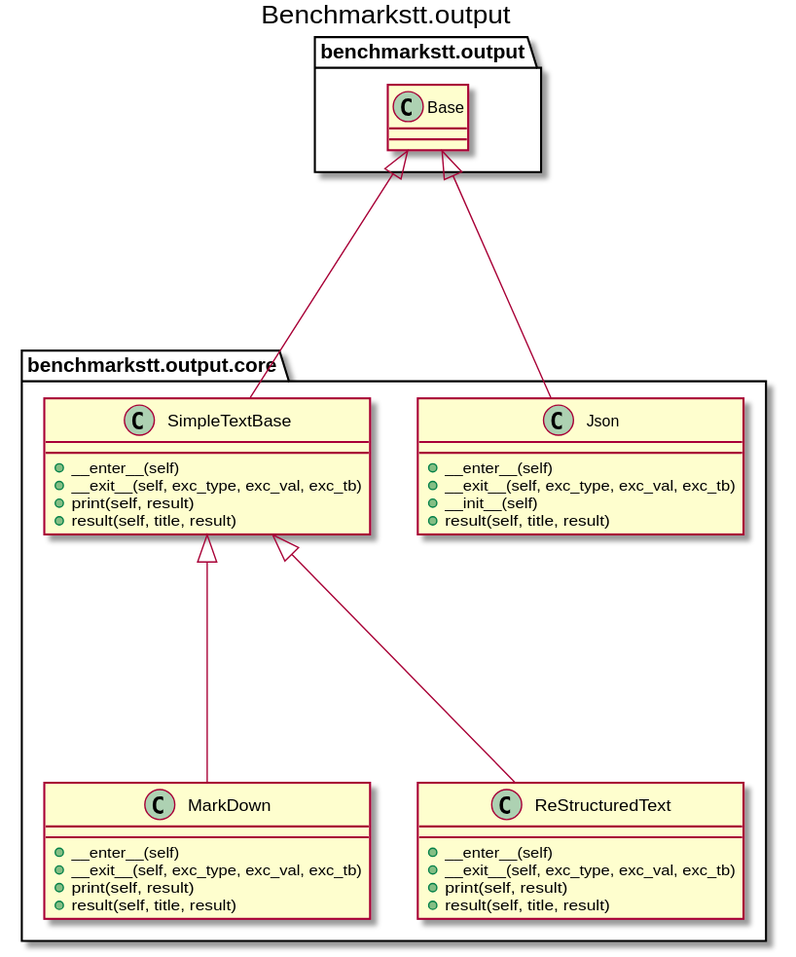
Before: docs/_static/uml/benchmarkstt.output.svg, a diagram exported from PlantUML (ebu/benchmarkstt). Source of this version:
```plantuml
@startuml
title Benchmarkstt.output
		class benchmarkstt.output.core.Json [[https://benchmarkstt.readthedocs.io/en/latest/modules/benchmarkstt.output.core.html#benchmarkstt.output.core.Json]] {
			+__enter__(self)
			+__exit__(self, exc_type, exc_val, exc_tb)
			+__init__(self)
			+result(self, title, result)
		}
		class benchmarkstt.output.core.MarkDown [[https://benchmarkstt.readthedocs.io/en/latest/modules/benchmarkstt.output.core.html#benchmarkstt.output.core.MarkDown]] {
			+__enter__(self)
			+__exit__(self, exc_type, exc_val, exc_tb)
			+print(self, result)
			+result(self, title, result)
		}
		class benchmarkstt.output.core.ReStructuredText [[https://benchmarkstt.readthedocs.io/en/latest/modules/benchmarkstt.output.core.html#benchmarkstt.output.core.ReStructuredText]] {
			+__enter__(self)
			+__exit__(self, exc_type, exc_val, exc_tb)
			+print(self, result)
			+result(self, title, result)
		}
		class benchmarkstt.output.core.SimpleTextBase [[https://benchmarkstt.readthedocs.io/en/latest/modules/benchmarkstt.output.core.html#benchmarkstt.output.core.SimpleTextBase]] {
			+__enter__(self)
			+__exit__(self, exc_type, exc_val, exc_tb)
			+print(self, result)
			+result(self, title, result)
		}

benchmarkstt.output.core.Json --up--|> benchmarkstt.output.Base
benchmarkstt.output.core.MarkDown --up--|> benchmarkstt.output.core.SimpleTextBase
benchmarkstt.output.core.ReStructuredText --up--|> benchmarkstt.output.core.SimpleTextBase
benchmarkstt.output.core.SimpleTextBase --up--|> benchmarkstt.output.Base
@enduml
```
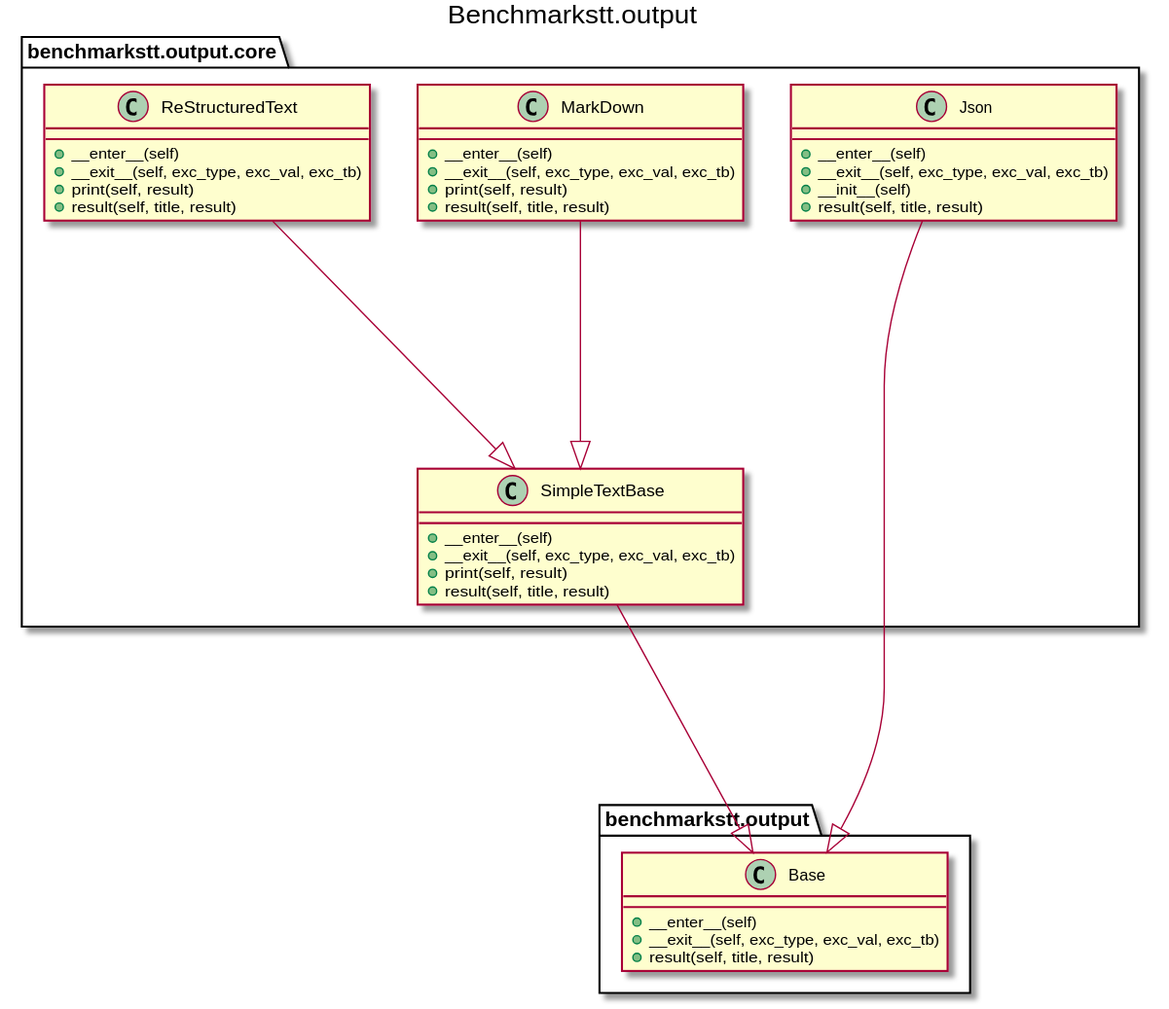
Above is the later version.

What changed in the source:
```diff
@@ -1,32 +1,43 @@
 @startuml
 title Benchmarkstt.output
-		class benchmarkstt.output.core.Json [[https://benchmarkstt.readthedocs.io/en/latest/modules/benchmarkstt.output.core.html#benchmarkstt.output.core.Json]] {
-			+__enter__(self)
-			+__exit__(self, exc_type, exc_val, exc_tb)
-			+__init__(self)
-			+result(self, title, result)
-		}
-		class benchmarkstt.output.core.MarkDown [[https://benchmarkstt.readthedocs.io/en/latest/modules/benchmarkstt.output.core.html#benchmarkstt.output.core.MarkDown]] {
-			+__enter__(self)
-			+__exit__(self, exc_type, exc_val, exc_tb)
-			+print(self, result)
-			+result(self, title, result)
-		}
-		class benchmarkstt.output.core.ReStructuredText [[https://benchmarkstt.readthedocs.io/en/latest/modules/benchmarkstt.output.core.html#benchmarkstt.output.core.ReStructuredText]] {
-			+__enter__(self)
-			+__exit__(self, exc_type, exc_val, exc_tb)
-			+print(self, result)
-			+result(self, title, result)
-		}
-		class benchmarkstt.output.core.SimpleTextBase [[https://benchmarkstt.readthedocs.io/en/latest/modules/benchmarkstt.output.core.html#benchmarkstt.output.core.SimpleTextBase]] {
-			+__enter__(self)
-			+__exit__(self, exc_type, exc_val, exc_tb)
-			+print(self, result)
-			+result(self, title, result)
-		}
 
-benchmarkstt.output.core.Json --up--|> benchmarkstt.output.Base
-benchmarkstt.output.core.MarkDown --up--|> benchmarkstt.output.core.SimpleTextBase
-benchmarkstt.output.core.ReStructuredText --up--|> benchmarkstt.output.core.SimpleTextBase
-benchmarkstt.output.core.SimpleTextBase --up--|> benchmarkstt.output.Base
+
+class benchmarkstt.output.Base [[https://benchmarkstt.readthedocs.io/en/latest/modules/benchmarkstt.output.html#benchmarkstt.output.Base]] {
+	+__enter__(self)
+	+__exit__(self, exc_type, exc_val, exc_tb)
+	+result(self, title, result)
+}
+
+class benchmarkstt.output.core.Json [[https://benchmarkstt.readthedocs.io/en/latest/modules/benchmarkstt.output.core.html#benchmarkstt.output.core.Json]] {
+	+__enter__(self)
+	+__exit__(self, exc_type, exc_val, exc_tb)
+	+__init__(self)
+	+result(self, title, result)
+}
+
+class benchmarkstt.output.core.MarkDown [[https://benchmarkstt.readthedocs.io/en/latest/modules/benchmarkstt.output.core.html#benchmarkstt.output.core.MarkDown]] {
+	+__enter__(self)
+	+__exit__(self, exc_type, exc_val, exc_tb)
+	+print(self, result)
+	+result(self, title, result)
+}
+
+class benchmarkstt.output.core.ReStructuredText [[https://benchmarkstt.readthedocs.io/en/latest/modules/benchmarkstt.output.core.html#benchmarkstt.output.core.ReStructuredText]] {
+	+__enter__(self)
+	+__exit__(self, exc_type, exc_val, exc_tb)
+	+print(self, result)
+	+result(self, title, result)
+}
+
+class benchmarkstt.output.core.SimpleTextBase [[https://benchmarkstt.readthedocs.io/en/latest/modules/benchmarkstt.output.core.html#benchmarkstt.output.core.SimpleTextBase]] {
+	+__enter__(self)
+	+__exit__(self, exc_type, exc_val, exc_tb)
+	+print(self, result)
+	+result(self, title, result)
+}
+
+benchmarkstt.output.core.Json ----|> benchmarkstt.output.Base
+benchmarkstt.output.core.MarkDown ----|> benchmarkstt.output.core.SimpleTextBase
+benchmarkstt.output.core.ReStructuredText ----|> benchmarkstt.output.core.SimpleTextBase
+benchmarkstt.output.core.SimpleTextBase ----|> benchmarkstt.output.Base
 @enduml
```
